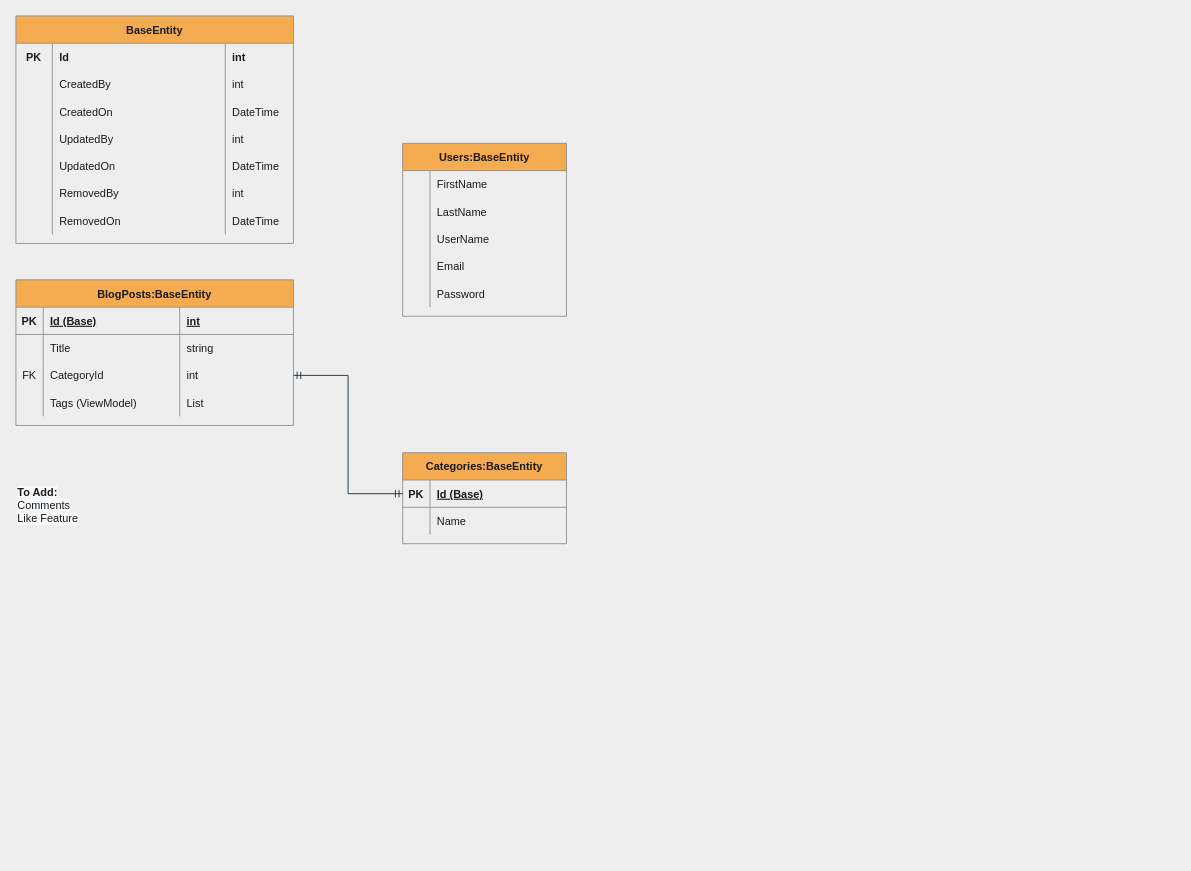
This is BlogPost.drawio from genebit/draw.io-diagrams, a draw.io file, before an edit. Source tidied: cells renumbered, new cells numbered last; positions are measured from the earlier drawing's top-left corner, leaving out a move shared by most shapes. Both pictures are drawn from the tidied source at 91%, with x=0, y=0 at pixel (15, 15).
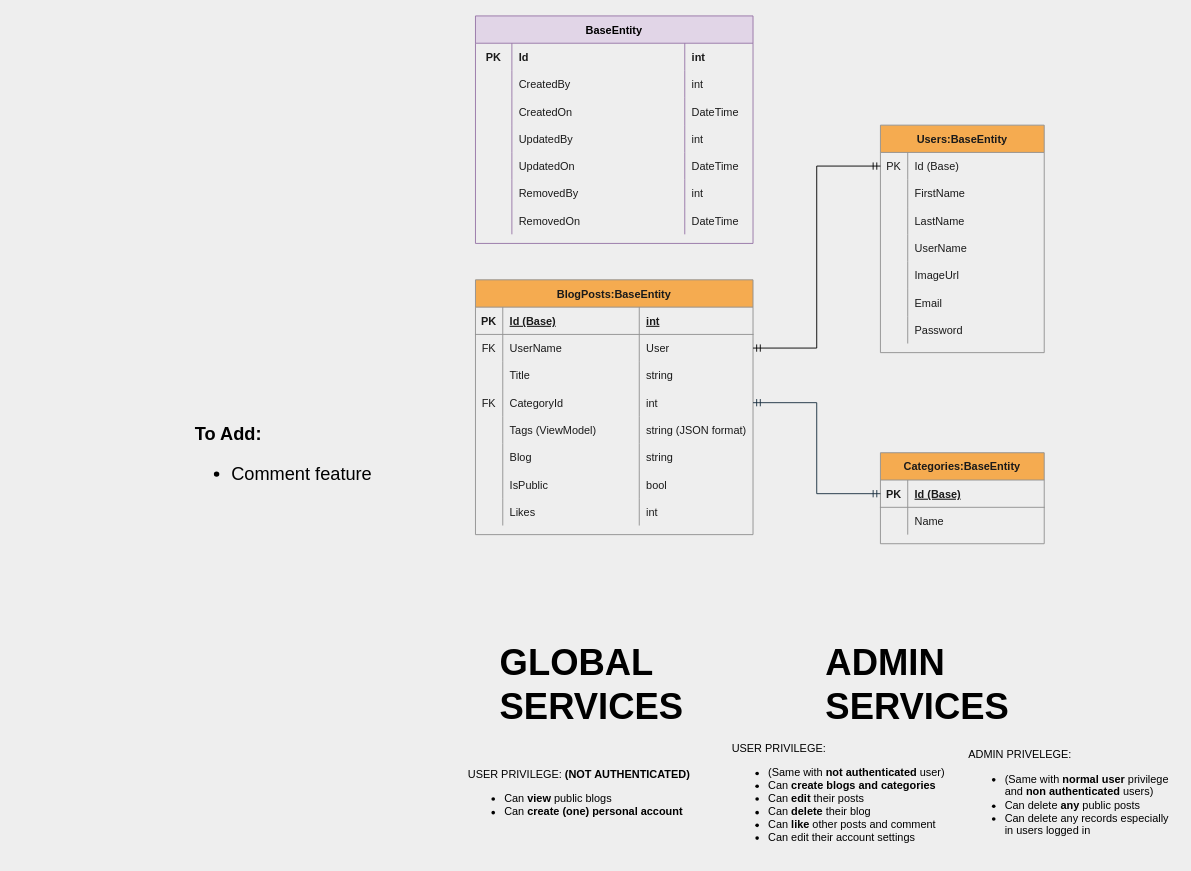
Above is the later version.

The edit, as a diff of the source:
```diff
@@
     <mxCell id="2" value="BlogPosts:BaseEntity" style="shape=table;startSize=30;childLayout=tableLayout;rowLines=0;fontStyle=1;align=center;fillColor=#F5AB50;strokeColor=#909090;fontColor=#1A1A1A;" parent="1" vertex="1">
-      <mxGeometry y="290" width="305" height="160" as="geometry" />
+      <mxGeometry x="505" y="290" width="305" height="280" as="geometry" />
     </mxCell>
@@
+    <mxCell id="73" style="shape=tableRow;horizontal=0;startSize=0;swimlaneHead=0;swimlaneBody=0;fillColor=none;points=[[0,0.5],[1,0.5]];portConstraint=eastwest;top=0;left=0;right=0;bottom=0;strokeColor=#909090;fontColor=#1A1A1A;" parent="2" vertex="1">
+      <mxGeometry y="60" width="305" height="30" as="geometry" />
+    </mxCell>
+    <mxCell id="74" value="FK" style="shape=partialRectangle;fillColor=none;top=0;left=0;bottom=0;right=0;overflow=hidden;strokeColor=#909090;fontColor=#1A1A1A;" parent="73" vertex="1">
+      <mxGeometry width="30" height="30" as="geometry" />
+    </mxCell>
+    <mxCell id="75" value="UserName" style="shape=partialRectangle;fillColor=none;top=0;left=0;bottom=0;right=0;align=left;spacingLeft=6;overflow=hidden;strokeColor=#909090;fontColor=#1A1A1A;" parent="73" vertex="1">
+      <mxGeometry x="30" width="150" height="30" as="geometry" />
+    </mxCell>
+    <mxCell id="76" value="User" style="shape=partialRectangle;fillColor=none;top=0;left=0;bottom=0;right=0;align=left;spacingLeft=6;overflow=hidden;strokeColor=#909090;fontColor=#1A1A1A;" parent="73" vertex="1">
+      <mxGeometry x="180" width="125" height="30" as="geometry" />
+    </mxCell>
     <mxCell id="7" style="shape=tableRow;horizontal=0;startSize=0;swimlaneHead=0;swimlaneBody=0;fillColor=none;top=0;left=0;right=0;bottom=0;strokeColor=#909090;fontColor=#1A1A1A;" parent="2" vertex="1">
-      <mxGeometry y="60" width="305" height="30" as="geometry" />
+      <mxGeometry y="90" width="305" height="30" as="geometry" />
     </mxCell>
@@
     <mxCell id="11" style="shape=tableRow;horizontal=0;startSize=0;swimlaneHead=0;swimlaneBody=0;fillColor=none;points=[[0,0.5],[1,0.5]];portConstraint=eastwest;top=0;left=0;right=0;bottom=0;strokeColor=#909090;fontColor=#1A1A1A;" parent="2" vertex="1">
-      <mxGeometry y="90" width="305" height="30" as="geometry" />
+      <mxGeometry y="120" width="305" height="30" as="geometry" />
     </mxCell>
@@
     <mxCell id="15" style="shape=tableRow;horizontal=0;startSize=0;swimlaneHead=0;swimlaneBody=0;fillColor=none;top=0;left=0;right=0;bottom=0;strokeColor=#909090;fontColor=#1A1A1A;" parent="2" vertex="1">
-      <mxGeometry y="120" width="305" height="30" as="geometry" />
+      <mxGeometry y="150" width="305" height="30" as="geometry" />
     </mxCell>
@@
-    <mxCell id="18" value="List" style="shape=partialRectangle;fillColor=none;top=0;left=0;bottom=0;right=0;align=left;spacingLeft=6;overflow=hidden;strokeColor=#909090;fontColor=#1A1A1A;" parent="15" vertex="1">
+    <mxCell id="18" value="string (JSON format)" style="shape=partialRectangle;fillColor=none;top=0;left=0;bottom=0;right=0;align=left;spacingLeft=6;overflow=hidden;strokeColor=#909090;fontColor=#1A1A1A;" parent="15" vertex="1">
       <mxGeometry x="180" width="125" height="30" as="geometry" />
     </mxCell>
+    <mxCell id="77" style="shape=tableRow;horizontal=0;startSize=0;swimlaneHead=0;swimlaneBody=0;fillColor=none;top=0;left=0;right=0;bottom=0;strokeColor=#909090;fontColor=#1A1A1A;" parent="2" vertex="1">
+      <mxGeometry y="180" width="305" height="30" as="geometry" />
+    </mxCell>
+    <mxCell id="78" style="shape=partialRectangle;fillColor=none;top=0;left=0;bottom=0;right=0;overflow=hidden;strokeColor=#909090;fontColor=#1A1A1A;" parent="77" vertex="1">
+      <mxGeometry width="30" height="30" as="geometry" />
+    </mxCell>
+    <mxCell id="79" value="Blog" style="shape=partialRectangle;fillColor=none;top=0;left=0;bottom=0;right=0;align=left;spacingLeft=6;overflow=hidden;strokeColor=#909090;fontColor=#1A1A1A;" parent="77" vertex="1">
+      <mxGeometry x="30" width="150" height="30" as="geometry" />
+    </mxCell>
+    <mxCell id="80" value="string" style="shape=partialRectangle;fillColor=none;top=0;left=0;bottom=0;right=0;align=left;spacingLeft=6;overflow=hidden;strokeColor=#909090;fontColor=#1A1A1A;" parent="77" vertex="1">
+      <mxGeometry x="180" width="125" height="30" as="geometry" />
+    </mxCell>
+    <mxCell id="81" style="shape=tableRow;horizontal=0;startSize=0;swimlaneHead=0;swimlaneBody=0;fillColor=none;top=0;left=0;right=0;bottom=0;strokeColor=#909090;fontColor=#1A1A1A;" parent="2" vertex="1">
+      <mxGeometry y="210" width="305" height="30" as="geometry" />
+    </mxCell>
+    <mxCell id="82" style="shape=partialRectangle;fillColor=none;top=0;left=0;bottom=0;right=0;overflow=hidden;strokeColor=#909090;fontColor=#1A1A1A;" parent="81" vertex="1">
+      <mxGeometry width="30" height="30" as="geometry" />
+    </mxCell>
+    <mxCell id="83" value="IsPublic" style="shape=partialRectangle;fillColor=none;top=0;left=0;bottom=0;right=0;align=left;spacingLeft=6;overflow=hidden;strokeColor=#909090;fontColor=#1A1A1A;" parent="81" vertex="1">
+      <mxGeometry x="30" width="150" height="30" as="geometry" />
+    </mxCell>
+    <mxCell id="84" value="bool" style="shape=partialRectangle;fillColor=none;top=0;left=0;bottom=0;right=0;align=left;spacingLeft=6;overflow=hidden;strokeColor=#909090;fontColor=#1A1A1A;" parent="81" vertex="1">
+      <mxGeometry x="180" width="125" height="30" as="geometry" />
+    </mxCell>
+    <mxCell id="85" style="shape=tableRow;horizontal=0;startSize=0;swimlaneHead=0;swimlaneBody=0;fillColor=none;top=0;left=0;right=0;bottom=0;strokeColor=#909090;fontColor=#1A1A1A;" parent="2" vertex="1">
+      <mxGeometry y="240" width="305" height="30" as="geometry" />
+    </mxCell>
+    <mxCell id="86" style="shape=partialRectangle;fillColor=none;top=0;left=0;bottom=0;right=0;overflow=hidden;strokeColor=#909090;fontColor=#1A1A1A;" parent="85" vertex="1">
+      <mxGeometry width="30" height="30" as="geometry" />
+    </mxCell>
+    <mxCell id="87" value="Likes" style="shape=partialRectangle;fillColor=none;top=0;left=0;bottom=0;right=0;align=left;spacingLeft=6;overflow=hidden;strokeColor=#909090;fontColor=#1A1A1A;" parent="85" vertex="1">
+      <mxGeometry x="30" width="150" height="30" as="geometry" />
+    </mxCell>
+    <mxCell id="88" value="int" style="shape=partialRectangle;fillColor=none;top=0;left=0;bottom=0;right=0;align=left;spacingLeft=6;overflow=hidden;strokeColor=#909090;fontColor=#1A1A1A;" parent="85" vertex="1">
+      <mxGeometry x="180" width="125" height="30" as="geometry" />
+    </mxCell>
     <mxCell id="19" value="Users:BaseEntity" style="shape=table;startSize=30;childLayout=tableLayout;rowLines=0;fontStyle=1;align=center;fillColor=#F5AB50;strokeColor=#909090;fontColor=#1A1A1A;" parent="1" vertex="1">
-      <mxGeometry x="425" y="140" width="180" height="190" as="geometry" />
+      <mxGeometry x="950" y="120" width="180" height="250" as="geometry" />
     </mxCell>
+    <mxCell id="89" style="shape=tableRow;horizontal=0;startSize=0;swimlaneHead=0;swimlaneBody=0;fillColor=none;points=[[0,0.5],[1,0.5]];portConstraint=eastwest;top=0;left=0;right=0;bottom=0;strokeColor=#909090;fontColor=#1A1A1A;" parent="19" vertex="1">
+      <mxGeometry y="30" width="180" height="30" as="geometry" />
+    </mxCell>
+    <mxCell id="90" value="PK" style="shape=partialRectangle;fillColor=none;top=0;left=0;bottom=0;right=0;overflow=hidden;strokeColor=#909090;fontColor=#1A1A1A;" parent="89" vertex="1">
+      <mxGeometry width="30" height="30" as="geometry" />
+    </mxCell>
+    <mxCell id="91" value="Id (Base)" style="shape=partialRectangle;fillColor=none;top=0;left=0;bottom=0;right=0;align=left;spacingLeft=6;overflow=hidden;strokeColor=#909090;fontColor=#1A1A1A;" parent="89" vertex="1">
+      <mxGeometry x="30" width="150" height="30" as="geometry" />
+    </mxCell>
     <mxCell id="20" style="shape=tableRow;horizontal=0;startSize=0;swimlaneHead=0;swimlaneBody=0;fillColor=none;top=0;left=0;right=0;bottom=0;strokeColor=#909090;fontColor=#1A1A1A;" parent="19" vertex="1">
-      <mxGeometry y="30" width="180" height="30" as="geometry" />
+      <mxGeometry y="60" width="180" height="30" as="geometry" />
     </mxCell>
@@
     <mxCell id="23" style="shape=tableRow;horizontal=0;startSize=0;swimlaneHead=0;swimlaneBody=0;fillColor=none;top=0;left=0;right=0;bottom=0;strokeColor=#909090;fontColor=#1A1A1A;" parent="19" vertex="1">
-      <mxGeometry y="60" width="180" height="30" as="geometry" />
+      <mxGeometry y="90" width="180" height="30" as="geometry" />
     </mxCell>
@@
     <mxCell id="26" style="shape=tableRow;horizontal=0;startSize=0;swimlaneHead=0;swimlaneBody=0;fillColor=none;top=0;left=0;right=0;bottom=0;strokeColor=#909090;fontColor=#1A1A1A;" parent="19" vertex="1">
-      <mxGeometry y="90" width="180" height="30" as="geometry" />
+      <mxGeometry y="120" width="180" height="30" as="geometry" />
     </mxCell>
@@
+    <mxCell id="92" style="shape=tableRow;horizontal=0;startSize=0;swimlaneHead=0;swimlaneBody=0;fillColor=none;top=0;left=0;right=0;bottom=0;strokeColor=#909090;fontColor=#1A1A1A;" parent="19" vertex="1">
+      <mxGeometry y="150" width="180" height="30" as="geometry" />
+    </mxCell>
+    <mxCell id="93" style="shape=partialRectangle;fillColor=none;top=0;left=0;bottom=0;right=0;overflow=hidden;strokeColor=#909090;fontColor=#1A1A1A;" parent="92" vertex="1">
+      <mxGeometry width="30" height="30" as="geometry" />
+    </mxCell>
+    <mxCell id="94" value="ImageUrl" style="shape=partialRectangle;fillColor=none;top=0;left=0;bottom=0;right=0;align=left;spacingLeft=6;overflow=hidden;strokeColor=#909090;fontColor=#1A1A1A;" parent="92" vertex="1">
+      <mxGeometry x="30" width="150" height="30" as="geometry" />
+    </mxCell>
     <mxCell id="29" style="shape=tableRow;horizontal=0;startSize=0;swimlaneHead=0;swimlaneBody=0;fillColor=none;top=0;left=0;right=0;bottom=0;strokeColor=#909090;fontColor=#1A1A1A;" parent="19" vertex="1">
-      <mxGeometry y="120" width="180" height="30" as="geometry" />
+      <mxGeometry y="180" width="180" height="30" as="geometry" />
     </mxCell>
@@
     <mxCell id="32" style="shape=tableRow;horizontal=0;startSize=0;swimlaneHead=0;swimlaneBody=0;fillColor=none;top=0;left=0;right=0;bottom=0;strokeColor=#909090;fontColor=#1A1A1A;" parent="19" vertex="1">
-      <mxGeometry y="150" width="180" height="30" as="geometry" />
+      <mxGeometry y="210" width="180" height="30" as="geometry" />
     </mxCell>
@@
     <mxCell id="35" value="Categories:BaseEntity" style="shape=table;startSize=30;childLayout=tableLayout;rowLines=0;fontStyle=1;align=center;fillColor=#F5AB50;strokeColor=#909090;fontColor=#1A1A1A;" parent="1" vertex="1">
-      <mxGeometry x="425" y="480" width="180" height="100" as="geometry" />
+      <mxGeometry x="950" y="480" width="180" height="100" as="geometry" />
     </mxCell>
@@
-    <mxCell id="43" value="BaseEntity" style="shape=table;startSize=30;childLayout=tableLayout;rowLines=0;fontStyle=1;align=center;fillColor=#F5AB50;strokeColor=#909090;fontColor=#1A1A1A;" parent="1" vertex="1">
-      <mxGeometry width="305" height="250" as="geometry" />
+    <mxCell id="43" value="BaseEntity" style="shape=table;startSize=30;childLayout=tableLayout;rowLines=0;fontStyle=1;align=center;fillColor=#e1d5e7;strokeColor=#9673a6;" parent="1" vertex="1">
+      <mxGeometry x="505" width="305" height="250" as="geometry" />
     </mxCell>
@@
-    <mxCell id="72" value="&lt;span style=&quot;color: rgb(26, 26, 26); font-family: Helvetica; font-size: 12px; font-style: normal; font-variant-ligatures: normal; font-variant-caps: normal; letter-spacing: normal; orphans: 2; text-align: left; text-indent: 0px; text-transform: none; widows: 2; word-spacing: 0px; -webkit-text-stroke-width: 0px; background-color: rgb(248, 249, 250); text-decoration-thickness: initial; text-decoration-style: initial; text-decoration-color: initial; float: none; display: inline !important;&quot;&gt;&lt;b&gt;To Add:&lt;/b&gt;&lt;br&gt;Comments&lt;br&gt;Like Feature&lt;br&gt;&lt;/span&gt;" style="text;whiteSpace=wrap;html=1;fontColor=#1A1A1A;" parent="1" vertex="1">
-      <mxGeometry y="510" width="230" height="100" as="geometry" />
-    </mxCell>
+    <mxCell id="95" value="USER PRIVILEGE:&lt;br&gt;&lt;ul&gt;&lt;li&gt;(Same with &lt;b&gt;not authenticated&lt;/b&gt; user)&lt;/li&gt;&lt;li&gt;Can &lt;b&gt;create blogs and categories&lt;/b&gt;&lt;/li&gt;&lt;li&gt;Can &lt;b&gt;edit &lt;/b&gt;their posts&lt;/li&gt;&lt;li&gt;Can &lt;b&gt;delete &lt;/b&gt;their blog&lt;/li&gt;&lt;li&gt;Can &lt;b&gt;like &lt;/b&gt;other posts and comment&lt;/li&gt;&lt;li&gt;Can edit their account settings&lt;/li&gt;&lt;/ul&gt;" style="text;html=1;strokeColor=none;fillColor=none;align=left;verticalAlign=middle;whiteSpace=wrap;rounded=0;" parent="1" vertex="1">
+      <mxGeometry x="785" y="810" width="240" height="100" as="geometry" />
+    </mxCell>
+    <mxCell id="96" value="USER PRIVILEGE:&lt;b&gt; (NOT AUTHENTICATED)&lt;/b&gt;&lt;br&gt;&lt;ul&gt;&lt;li&gt;Can &lt;b&gt;view &lt;/b&gt;public blogs&lt;/li&gt;&lt;li&gt;Can &lt;b&gt;create (one) personal account&lt;/b&gt;&lt;/li&gt;&lt;/ul&gt;" style="text;html=1;strokeColor=none;fillColor=none;align=left;verticalAlign=middle;whiteSpace=wrap;rounded=0;" parent="1" vertex="1">
+      <mxGeometry x="495" y="810" width="270" height="100" as="geometry" />
+    </mxCell>
+    <mxCell id="97" value="ADMIN PRIVELEGE:&lt;br&gt;&lt;ul&gt;&lt;li&gt;(Same with &lt;b&gt;normal user&lt;/b&gt; privilege and &lt;b&gt;non authenticated&lt;/b&gt; users)&lt;/li&gt;&lt;li&gt;Can delete &lt;b&gt;any&lt;/b&gt; public posts&lt;/li&gt;&lt;li&gt;Can delete any records especially in users logged in&lt;/li&gt;&lt;/ul&gt;" style="text;html=1;strokeColor=none;fillColor=none;align=left;verticalAlign=middle;whiteSpace=wrap;rounded=0;" parent="1" vertex="1">
+      <mxGeometry x="1045" y="810" width="230" height="100" as="geometry" />
+    </mxCell>
+    <mxCell id="98" style="edgeStyle=orthogonalEdgeStyle;rounded=0;jettySize=auto;html=1;entryX=1;entryY=0.5;entryDx=0;entryDy=0;endArrow=ERmandOne;endFill=0;startArrow=ERmandOne;startFill=0;" parent="1" edge="1" source="89" target="73">
+      <mxGeometry relative="1" as="geometry" />
+    </mxCell>
+    <mxCell id="99" value="&lt;b style=&quot;font-size: 20px;&quot;&gt;To Add:&lt;/b&gt;&lt;br style=&quot;font-size: 20px;&quot;&gt;&lt;ul style=&quot;font-size: 20px;&quot;&gt;&lt;li style=&quot;font-size: 20px;&quot;&gt;Comment feature&lt;/li&gt;&lt;/ul&gt;" style="text;html=1;strokeColor=none;fillColor=none;align=left;verticalAlign=middle;whiteSpace=wrap;rounded=0;fontSize=20;" parent="1" vertex="1">
+      <mxGeometry x="195" y="440" width="270" height="100" as="geometry" />
+    </mxCell>
+    <mxCell id="100" value="&lt;h1&gt;&lt;font style=&quot;font-size: 40px;&quot;&gt;GLOBAL SERVICES&lt;/font&gt;&lt;/h1&gt;" style="text;html=1;strokeColor=none;fillColor=none;spacing=5;spacingTop=-20;whiteSpace=wrap;overflow=hidden;rounded=0;fontSize=20;" parent="1" vertex="1">
+      <mxGeometry x="527.1" y="670" width="217.9" height="130" as="geometry" />
+    </mxCell>
+    <mxCell id="101" value="&lt;h1&gt;&lt;font style=&quot;font-size: 40px;&quot;&gt;ADMIN SERVICES&lt;/font&gt;&lt;/h1&gt;" style="text;html=1;strokeColor=none;fillColor=none;spacing=5;spacingTop=-20;whiteSpace=wrap;overflow=hidden;rounded=0;fontSize=20;" parent="1" vertex="1">
+      <mxGeometry x="885" y="670" width="210" height="130" as="geometry" />
+    </mxCell>
```
